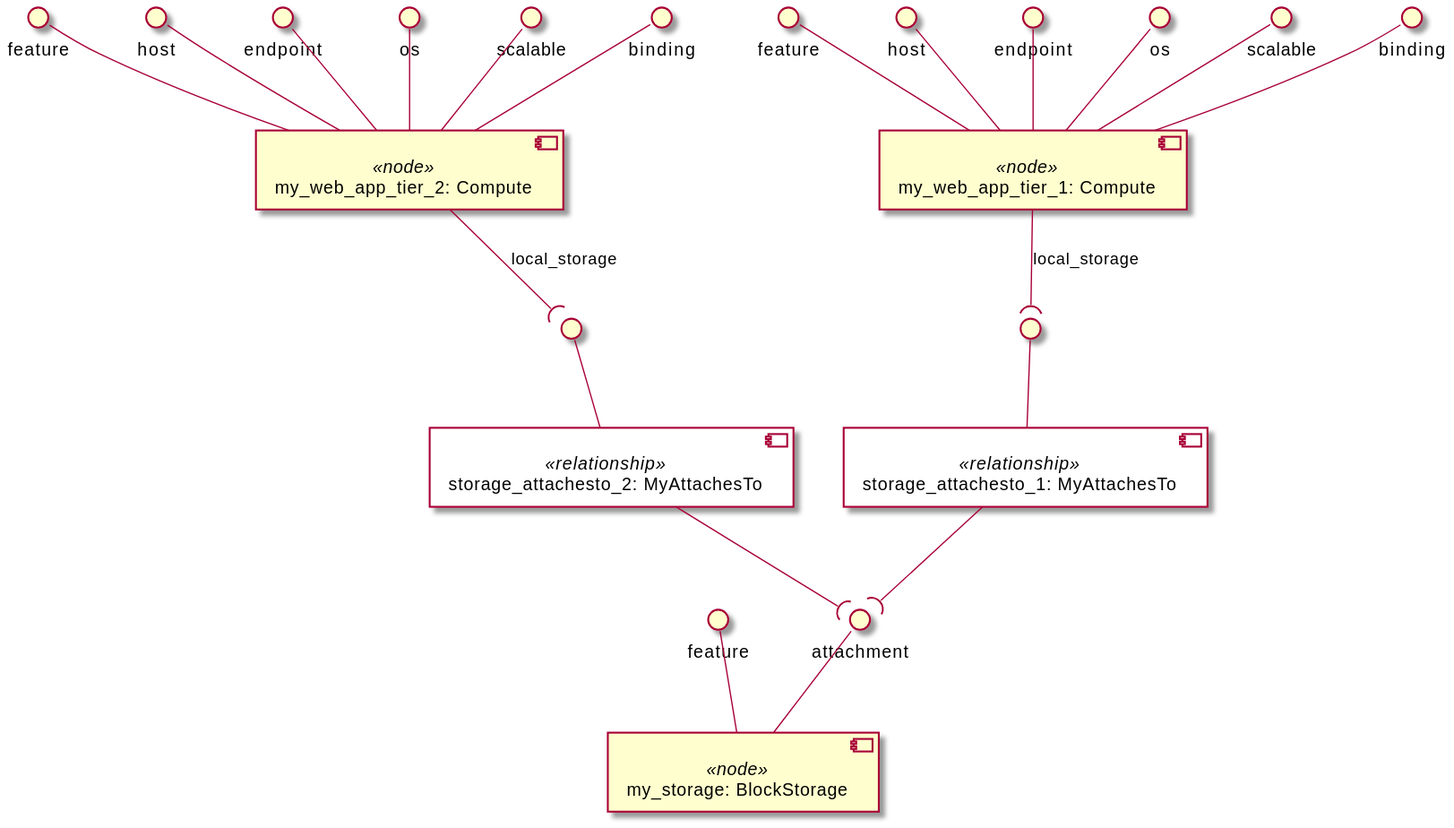
Before: examples/ariatosca/diagrams/uml2/block-storage-5-1.0-uml2-component-diagram2.svg, a diagram exported from PlantUML (Orange-OpenSource/Cloudnet-TOSCA-toolbox).
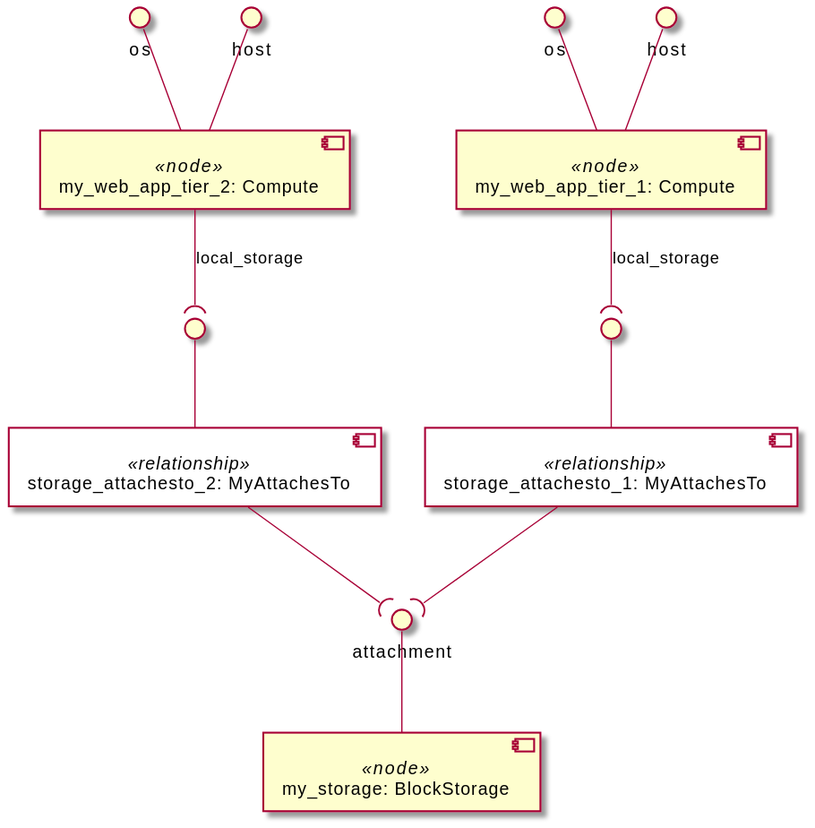
The same diagram one commit later.

Diff of the diagram source:
```diff
@@ -5,44 +5,26 @@
 }
 
 component "my_web_app_tier_1: Compute" <<node>> as node_my_web_app_tier_1
-interface "feature" as node_my_web_app_tier_1_feature
-node_my_web_app_tier_1_feature -- node_my_web_app_tier_1
+interface "os" as node_my_web_app_tier_1_os
+node_my_web_app_tier_1_os -- node_my_web_app_tier_1
 interface "host" as node_my_web_app_tier_1_host
 node_my_web_app_tier_1_host -- node_my_web_app_tier_1
-interface "endpoint" as node_my_web_app_tier_1_endpoint
-node_my_web_app_tier_1_endpoint -- node_my_web_app_tier_1
-interface "os" as node_my_web_app_tier_1_os
-node_my_web_app_tier_1_os -- node_my_web_app_tier_1
-interface "scalable" as node_my_web_app_tier_1_scalable
-node_my_web_app_tier_1_scalable -- node_my_web_app_tier_1
-interface "binding" as node_my_web_app_tier_1_binding
-node_my_web_app_tier_1_binding -- node_my_web_app_tier_1
 component "storage_attachesto_1: MyAttachesTo" <<relationship>> as node_my_web_app_tier_1_local_storage_relationship0
 interface " " as node_my_web_app_tier_1_local_storage_relationship0_source
 node_my_web_app_tier_1_local_storage_relationship0_source -- node_my_web_app_tier_1_local_storage_relationship0
 node_my_web_app_tier_1 --( node_my_web_app_tier_1_local_storage_relationship0_source : local_storage
 
 component "my_web_app_tier_2: Compute" <<node>> as node_my_web_app_tier_2
-interface "feature" as node_my_web_app_tier_2_feature
-node_my_web_app_tier_2_feature -- node_my_web_app_tier_2
+interface "os" as node_my_web_app_tier_2_os
+node_my_web_app_tier_2_os -- node_my_web_app_tier_2
 interface "host" as node_my_web_app_tier_2_host
 node_my_web_app_tier_2_host -- node_my_web_app_tier_2
-interface "endpoint" as node_my_web_app_tier_2_endpoint
-node_my_web_app_tier_2_endpoint -- node_my_web_app_tier_2
-interface "os" as node_my_web_app_tier_2_os
-node_my_web_app_tier_2_os -- node_my_web_app_tier_2
-interface "scalable" as node_my_web_app_tier_2_scalable
-node_my_web_app_tier_2_scalable -- node_my_web_app_tier_2
-interface "binding" as node_my_web_app_tier_2_binding
-node_my_web_app_tier_2_binding -- node_my_web_app_tier_2
 component "storage_attachesto_2: MyAttachesTo" <<relationship>> as node_my_web_app_tier_2_local_storage_relationship0
 interface " " as node_my_web_app_tier_2_local_storage_relationship0_source
 node_my_web_app_tier_2_local_storage_relationship0_source -- node_my_web_app_tier_2_local_storage_relationship0
 node_my_web_app_tier_2 --( node_my_web_app_tier_2_local_storage_relationship0_source : local_storage
 
 component "my_storage: BlockStorage" <<node>> as node_my_storage
-interface "feature" as node_my_storage_feature
-node_my_storage_feature -- node_my_storage
 interface "attachment" as node_my_storage_attachment
 node_my_storage_attachment -- node_my_storage
 
```
